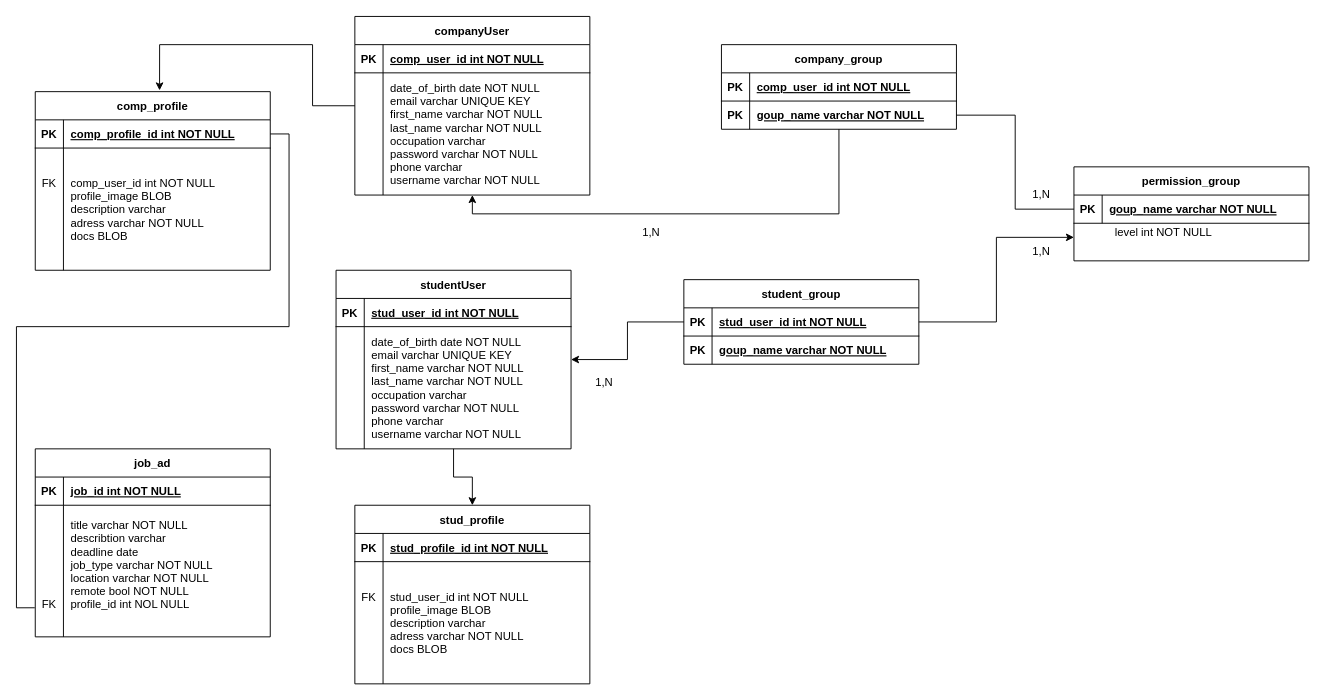
The draw.io diagram page "Logisch" (1 of 2) of doc/diagram/ERDiagram.drawio in KlaraGolubovic/SE02, before the edit. Source tidied: cells renumbered, new cells numbered last; positions are measured from the earlier drawing's top-left corner, leaving out a move shared by most shapes. Both pictures are drawn from the tidied source at 94%, with x=0, y=0 at pixel (35, 16).
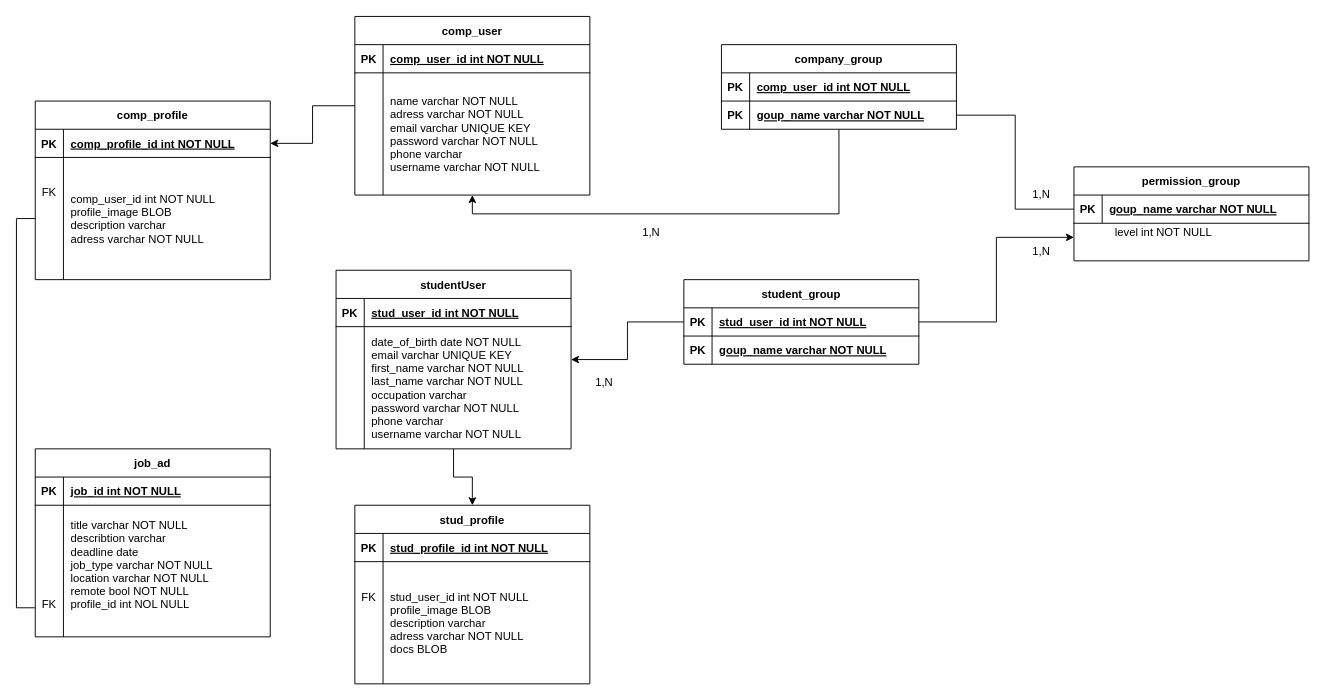
Above is the later version.

The change refers to these unchanged cells:
```xml
<mxCell id="18" style="shape=partialRectangle;fillColor=none;points=[[0,0.5],[1,0.5]];portConstraint=eastwest;top=0;left=0;right=0;bottom=0;" parent="14" vertex="1">
  <mxGeometry y="60" width="250" height="140" as="geometry" />
</mxCell>
<mxCell id="22" style="shape=partialRectangle;fillColor=none;points=[[0,0.5],[1,0.5]];portConstraint=eastwest;top=0;left=0;right=0;bottom=1;" parent="21" vertex="1">
  <mxGeometry y="30" width="250" height="30" as="geometry" />
</mxCell>
<mxCell id="25" style="shape=partialRectangle;fillColor=none;points=[[0,0.5],[1,0.5]];portConstraint=eastwest;top=0;left=0;right=0;bottom=0;" parent="21" vertex="1">
  <mxGeometry y="60" width="250" height="130" as="geometry" />
</mxCell>
<mxCell id="46" style="shape=partialRectangle;fillColor=none;top=0;left=0;right=0;bottom=0;" parent="42" vertex="1">
  <mxGeometry y="60" width="250" height="130" as="geometry" />
</mxCell>
```

The edit, as a diff of the source:
```diff
@@
     <mxCell id="21" value="comp_profile" style="shape=table;startSize=30;childLayout=tableLayout;rowLines=0;fontStyle=1;align=center;" parent="1" vertex="1">
-      <mxGeometry y="80" width="250" height="190" as="geometry" />
+      <mxGeometry y="90" width="250" height="190" as="geometry" />
     </mxCell>
@@
-    <mxCell id="27" value="comp_user_id int NOT NULL&#10;profile_image BLOB&#10;description varchar &#10;adress varchar NOT NULL&#10;docs BLOB" style="shape=partialRectangle;overflow=hidden;fillColor=none;top=0;left=0;bottom=0;right=0;align=left;spacingLeft=6;" parent="25" vertex="1">
+    <mxCell id="27" value="comp_user_id int NOT NULL&#10;profile_image BLOB&#10;description varchar &#10;adress varchar NOT NULL" style="shape=partialRectangle;overflow=hidden;fillColor=none;top=0;left=0;bottom=0;right=0;align=left;spacingLeft=6;" parent="25" vertex="1">
       <mxGeometry x="30" width="220" height="130" as="geometry" />
     </mxCell>
-    <mxCell id="28" style="edgeStyle=orthogonalEdgeStyle;rounded=0;jettySize=auto;html=1;entryX=-0.002;entryY=0.779;entryDx=0;entryDy=0;entryPerimeter=0;startArrow=none;startFill=0;endArrow=none;endFill=0;exitX=1;exitY=0.5;exitDx=0;exitDy=0;" parent="1" edge="1" source="22" target="18">
-      <mxGeometry relative="1" as="geometry" />
+    <mxCell id="28" style="edgeStyle=orthogonalEdgeStyle;rounded=0;jettySize=auto;html=1;entryX=-0.002;entryY=0.779;entryDx=0;entryDy=0;entryPerimeter=0;startArrow=none;startFill=0;endArrow=none;endFill=0;" parent="1" edge="1" source="25" target="18">
+      <mxGeometry relative="1" as="geometry">
+        <Array as="points">
+          <mxPoint x="-20" y="215" />
+          <mxPoint x="-20" y="629" />
+        </Array>
+      </mxGeometry>
     </mxCell>
@@
-    <mxCell id="41" style="edgeStyle=orthogonalEdgeStyle;rounded=0;jettySize=auto;html=1;entryX=0.529;entryY=-0.007;entryDx=0;entryDy=0;entryPerimeter=0;" parent="1" edge="1" source="42" target="21">
+    <mxCell id="41" style="edgeStyle=orthogonalEdgeStyle;rounded=0;jettySize=auto;html=1;entryX=1;entryY=0.5;entryDx=0;entryDy=0;" parent="1" edge="1" source="42" target="22">
       <mxGeometry relative="1" as="geometry">
         <Array as="points">
           <mxPoint x="295" y="95" />
-          <mxPoint x="295" y="30" />
-          <mxPoint x="132" y="30" />
+          <mxPoint x="295" y="135" />
         </Array>
       </mxGeometry>
     </mxCell>
-    <mxCell id="42" value="companyUser" style="shape=table;startSize=30;childLayout=tableLayout;rowLines=0;fontStyle=1;align=center;" parent="1" vertex="1">
+    <mxCell id="42" value="comp_user" style="shape=table;startSize=30;childLayout=tableLayout;rowLines=0;fontStyle=1;align=center;" parent="1" vertex="1">
       <mxGeometry x="340" width="250" height="190" as="geometry" />
     </mxCell>
@@
-    <mxCell id="48" value="date_of_birth date NOT NULL&#10;email varchar UNIQUE KEY&#10;first_name varchar NOT NULL&#10;last_name varchar NOT NULL&#10;occupation varchar&#10;password varchar NOT NULL&#10;phone varchar&#10;username varchar NOT NULL" style="shape=partialRectangle;overflow=hidden;fillColor=none;top=0;left=0;bottom=0;right=0;align=left;spacingLeft=6;" parent="46" vertex="1">
+    <mxCell id="48" value="name varchar NOT NULL&#10;adress varchar NOT NULL&#10;email varchar UNIQUE KEY&#10;password varchar NOT NULL&#10;phone varchar&#10;username varchar NOT NULL" style="shape=partialRectangle;overflow=hidden;fillColor=none;top=0;left=0;bottom=0;right=0;align=left;spacingLeft=6;" parent="46" vertex="1">
       <mxGeometry x="30" width="220" height="130" as="geometry" />
     </mxCell>
```
